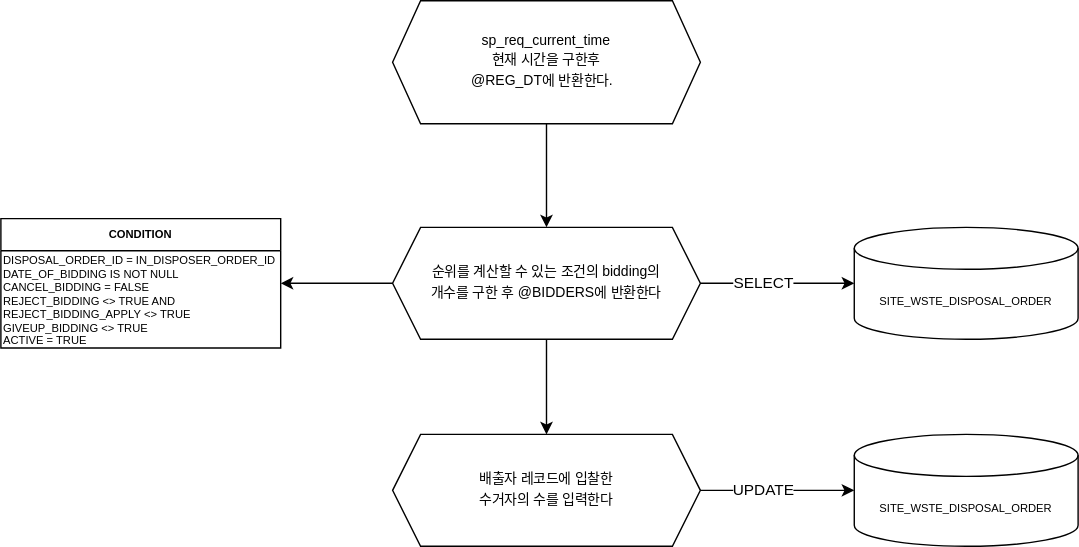
Earlier version of the draw.io export drawio/sp_calc_bidders.svg (Leo-Nam/stored-procedures). Source tidied: cells renumbered, new cells last; positions are measured from the earlier drawing's top-left corner, leaving out a move shared by most shapes.
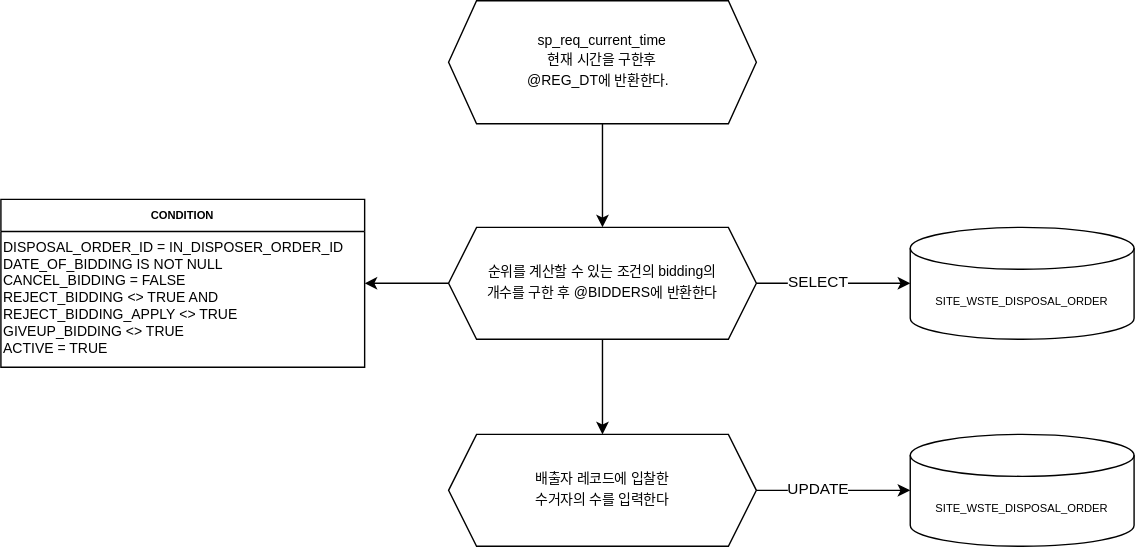
After the commit.

What changed in the source:
```diff
@@ -25,10 +25,10 @@
     </mxCell>
     <mxCell id="9" style="edgeStyle=orthogonalEdgeStyle;html=1;entryX=0.5;entryY=1;entryDx=0;entryDy=0;fontSize=10;exitX=0.5;exitY=0;exitDx=0;exitDy=0;" parent="1" edge="1" source="x">
       <mxGeometry relative="1" as="geometry">
-        <mxPoint x="1070" y="590" as="targetPoint" />
+        <mxPoint x="1055" y="590" as="targetPoint" />
         <Array as="points">
-          <mxPoint x="250" />
-          <mxPoint x="1070" />
+          <mxPoint x="235" />
+          <mxPoint x="1055" />
         </Array>
       </mxGeometry>
     </mxCell>
@@ -48,10 +48,10 @@
       <mxGeometry x="610" y="310" width="160" height="80" as="geometry" />
     </mxCell>
     <mxCell id="15" value="CONDITION" style="swimlane;fontSize=8;" parent="1" vertex="1">
-      <mxGeometry y="155.8" width="200" height="92.5" as="geometry" />
+      <mxGeometry x="-40" y="142" width="260" height="120" as="geometry" />
     </mxCell>
-    <mxCell id="16" value="&lt;div style=&quot;font-size: 8px&quot;&gt;&lt;font style=&quot;font-size: 8px&quot;&gt;DISPOSAL_ORDER_ID =&amp;nbsp;IN_DISPOSER_ORDER_ID&amp;nbsp;&lt;/font&gt;&lt;/div&gt;&lt;div style=&quot;font-size: 8px&quot;&gt;&lt;font style=&quot;font-size: 8px&quot;&gt;&lt;span&gt;&#9;&#9;&lt;/span&gt;DATE_OF_BIDDING I&lt;span&gt;S NOT NULL&lt;/span&gt;&lt;/font&gt;&lt;/div&gt;&lt;div style=&quot;font-size: 8px&quot;&gt;&lt;font style=&quot;font-size: 8px&quot;&gt;&lt;span&gt;&#9;&#9;&lt;/span&gt;CANCEL_BIDDING&amp;nbsp;&lt;span&gt;= FALSE&lt;/span&gt;&lt;/font&gt;&lt;/div&gt;&lt;div style=&quot;font-size: 8px&quot;&gt;&lt;font style=&quot;font-size: 8px&quot;&gt;&lt;span&gt;&#9;&#9;&lt;/span&gt;REJECT_BIDDING&amp;nbsp;&lt;span&gt;&amp;lt;&amp;gt; TRUE AND&lt;/span&gt;&lt;/font&gt;&lt;/div&gt;&lt;div style=&quot;font-size: 8px&quot;&gt;&lt;font style=&quot;font-size: 8px&quot;&gt;REJECT_BIDDING_APPLY&amp;nbsp;&lt;span&gt;&amp;lt;&amp;gt; TRUE&lt;/span&gt;&lt;/font&gt;&lt;/div&gt;&lt;div style=&quot;font-size: 8px&quot;&gt;&lt;font style=&quot;font-size: 8px&quot;&gt;GIVEUP_BIDDING&amp;nbsp;&lt;span&gt;&amp;lt;&amp;gt; TRUE&lt;/span&gt;&lt;/font&gt;&lt;/div&gt;&lt;div style=&quot;font-size: 8px&quot;&gt;&lt;font style=&quot;font-size: 8px&quot;&gt;ACTIVE&amp;nbsp;= TRUE&lt;/font&gt;&lt;/div&gt;" style="text;html=1;align=left;verticalAlign=middle;strokeColor=none;fillColor=none;" parent="15" vertex="1">
-      <mxGeometry y="9" width="210" height="100" as="geometry" />
+    <mxCell id="16" value="&lt;div style=&quot;font-size: 10px&quot;&gt;&lt;font style=&quot;font-size: 10px&quot;&gt;DISPOSAL_ORDER_ID =&amp;nbsp;IN_DISPOSER_ORDER_ID&amp;nbsp;&lt;/font&gt;&lt;/div&gt;&lt;div style=&quot;font-size: 10px&quot;&gt;&lt;font style=&quot;font-size: 10px&quot;&gt;&lt;span&gt;&#9;&#9;&lt;/span&gt;DATE_OF_BIDDING I&lt;span&gt;S NOT NULL&lt;/span&gt;&lt;/font&gt;&lt;/div&gt;&lt;div style=&quot;font-size: 10px&quot;&gt;&lt;font style=&quot;font-size: 10px&quot;&gt;&lt;span&gt;&#9;&#9;&lt;/span&gt;CANCEL_BIDDING&amp;nbsp;&lt;span&gt;= FALSE&lt;/span&gt;&lt;/font&gt;&lt;/div&gt;&lt;div style=&quot;font-size: 10px&quot;&gt;&lt;font style=&quot;font-size: 10px&quot;&gt;&lt;span&gt;&#9;&#9;&lt;/span&gt;REJECT_BIDDING&amp;nbsp;&lt;span&gt;&amp;lt;&amp;gt; TRUE AND&lt;/span&gt;&lt;/font&gt;&lt;/div&gt;&lt;div style=&quot;font-size: 10px&quot;&gt;&lt;font style=&quot;font-size: 10px&quot;&gt;REJECT_BIDDING_APPLY&amp;nbsp;&lt;span&gt;&amp;lt;&amp;gt; TRUE&lt;/span&gt;&lt;/font&gt;&lt;/div&gt;&lt;div style=&quot;font-size: 10px&quot;&gt;&lt;font style=&quot;font-size: 10px&quot;&gt;GIVEUP_BIDDING&amp;nbsp;&lt;span&gt;&amp;lt;&amp;gt; TRUE&lt;/span&gt;&lt;/font&gt;&lt;/div&gt;&lt;div style=&quot;font-size: 10px&quot;&gt;&lt;font style=&quot;font-size: 10px&quot;&gt;ACTIVE&amp;nbsp;= TRUE&lt;/font&gt;&lt;/div&gt;" style="text;html=1;align=left;verticalAlign=middle;strokeColor=none;fillColor=none;" parent="15" vertex="1">
+      <mxGeometry y="20" width="260" height="100" as="geometry" />
     </mxCell>
   </root>
 </mxGraphModel>
```
